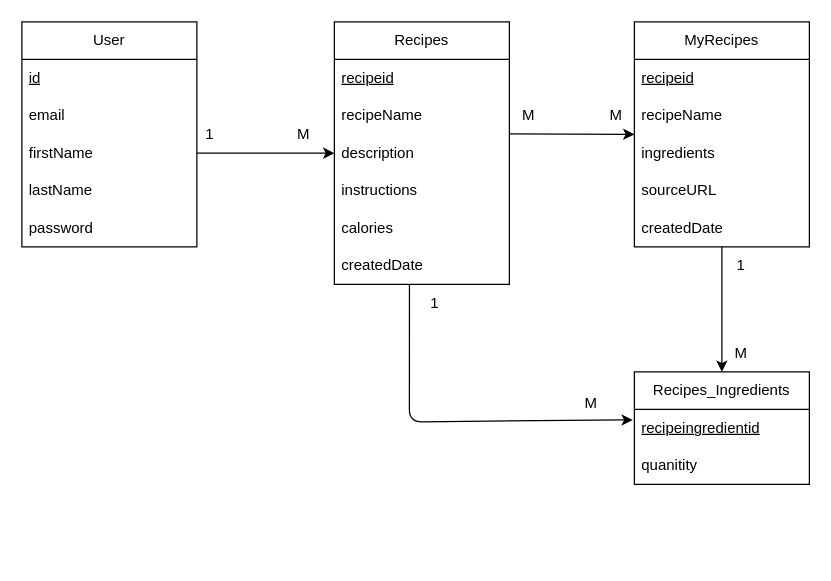
Before: designs/Database.drawio in Linara2/AI_PHP_Recipe_Tracker_new, a draw.io diagram. Source tidied: cells renumbered, new cells numbered last; positions are measured from the earlier drawing's top-left corner, leaving out a move shared by most shapes. Both pictures are drawn from the tidied source at 125%, with x=0, y=0 at pixel (21, 21).
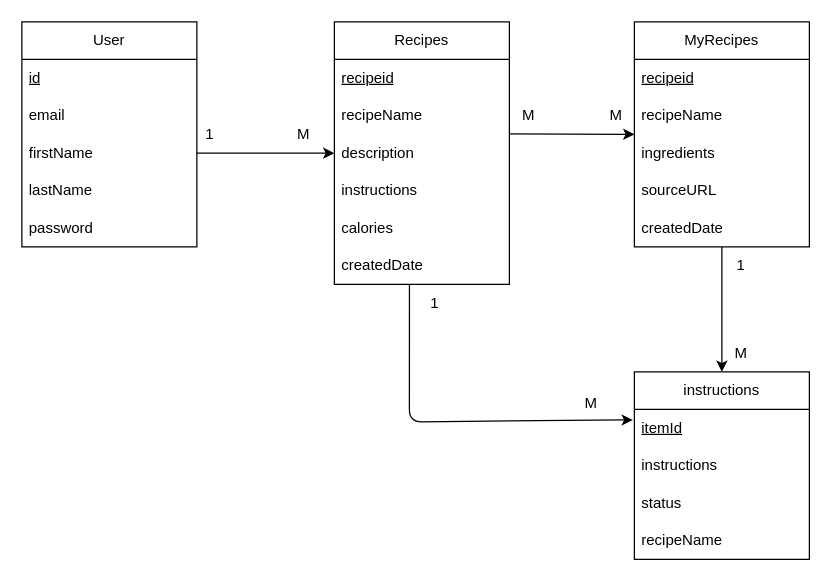
The same page after the edit.

Diff of the diagram source:
```diff
@@
-    <mxCell id="22" value="Recipes_Ingredients" style="swimlane;fontStyle=0;horizontal=1;startSize=30;whiteSpace=wrap;html=1;" parent="1" vertex="1">
-      <mxGeometry x="490" y="280" width="140" height="90" as="geometry" />
+    <mxCell id="22" value="instructions" style="swimlane;fontStyle=0;horizontal=1;startSize=30;whiteSpace=wrap;html=1;" parent="1" vertex="1">
+      <mxGeometry x="490" y="280" width="140" height="150" as="geometry" />
     </mxCell>
-    <mxCell id="23" value="&lt;u&gt;recipeingredientid&lt;/u&gt;" style="text;strokeColor=none;fillColor=none;align=left;verticalAlign=middle;spacingLeft=4;spacingRight=4;overflow=hidden;points=[[0,0.5],[1,0.5]];portConstraint=eastwest;whiteSpace=wrap;html=1;" parent="22" vertex="1">
+    <mxCell id="23" value="&lt;u&gt;itemId&lt;/u&gt;" style="text;strokeColor=none;fillColor=none;align=left;verticalAlign=middle;spacingLeft=4;spacingRight=4;overflow=hidden;points=[[0,0.5],[1,0.5]];portConstraint=eastwest;whiteSpace=wrap;html=1;" parent="22" vertex="1">
       <mxGeometry y="30" width="140" height="30" as="geometry" />
     </mxCell>
-    <mxCell id="24" value="quanitity" style="text;strokeColor=none;fillColor=none;align=left;verticalAlign=middle;spacingLeft=4;spacingRight=4;overflow=hidden;whiteSpace=wrap;html=1;" parent="22" vertex="1">
+    <mxCell id="24" value="instructions" style="text;strokeColor=none;fillColor=none;align=left;verticalAlign=middle;spacingLeft=4;spacingRight=4;overflow=hidden;whiteSpace=wrap;html=1;" parent="22" vertex="1">
       <mxGeometry y="60" width="140" height="30" as="geometry" />
     </mxCell>
+    <mxCell id="38" value="status" style="text;strokeColor=none;fillColor=none;align=left;verticalAlign=middle;spacingLeft=4;spacingRight=4;overflow=hidden;whiteSpace=wrap;html=1;" parent="22" vertex="1">
+      <mxGeometry y="90" width="140" height="30" as="geometry" />
+    </mxCell>
+    <mxCell id="39" value="recipeName" style="text;strokeColor=none;fillColor=none;align=left;verticalAlign=middle;spacingLeft=4;spacingRight=4;overflow=hidden;whiteSpace=wrap;html=1;" parent="22" vertex="1">
+      <mxGeometry y="120" width="140" height="30" as="geometry" />
+    </mxCell>
```
